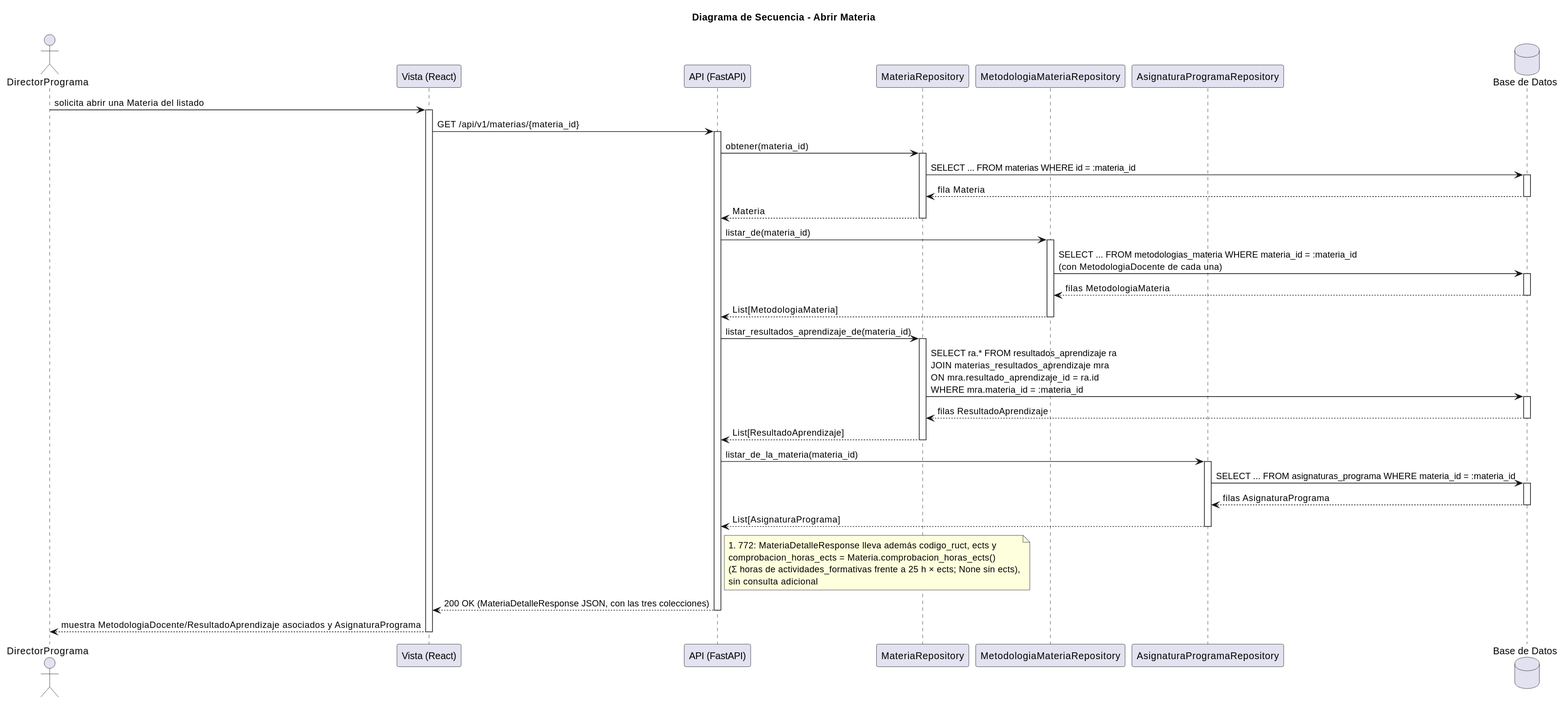
This is images/RUP/03-diseño/casos-uso/abrirMateria/secuencia.svg from mmasias/pyCeldaPublico, a PlantUML export, as it was before one commit.
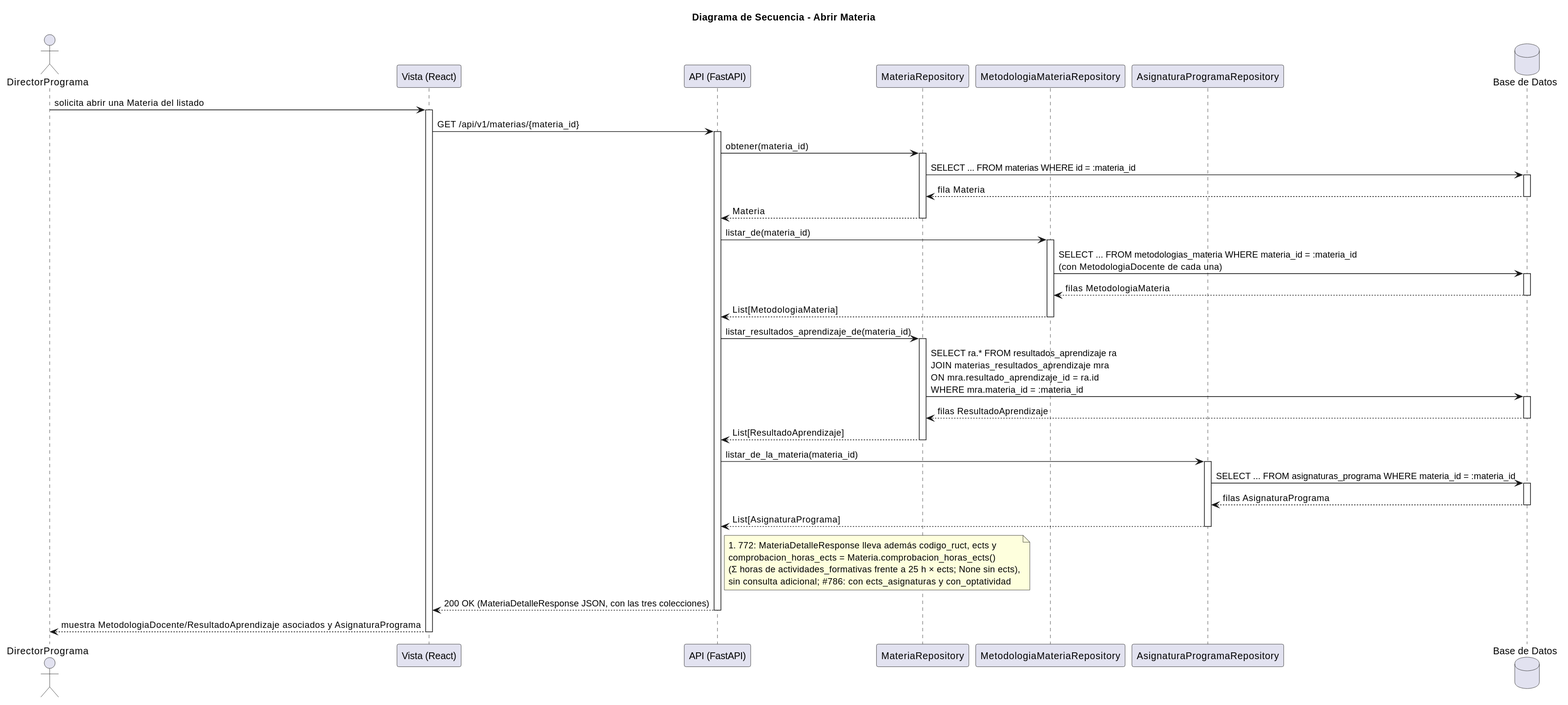
Later version of the same file.

Change to the diagram source:
```diff
@@ -50,7 +50,7 @@
 AsignaturaProgramaRepo --> API: List[AsignaturaPrograma]
 deactivate AsignaturaProgramaRepo
 
-note right of API: #772: MateriaDetalleResponse lleva además codigo_ruct, ects y\ncomprobacion_horas_ects = Materia.comprobacion_horas_ects()\n(Σ horas de actividades_formativas frente a 25 h × ects; None sin ects),\nsin consulta adicional
+note right of API: #772: MateriaDetalleResponse lleva además codigo_ruct, ects y\ncomprobacion_horas_ects = Materia.comprobacion_horas_ects()\n(Σ horas de actividades_formativas frente a 25 h × ects; None sin ects),\nsin consulta adicional; #786: con ects_asignaturas y con_optatividad
 API --> Vista: 200 OK (MateriaDetalleResponse JSON, con las tres colecciones)
 deactivate API
 Vista --> DirectorPrograma: muestra MetodologiaDocente/ResultadoAprendizaje asociados y AsignaturaPrograma
```
